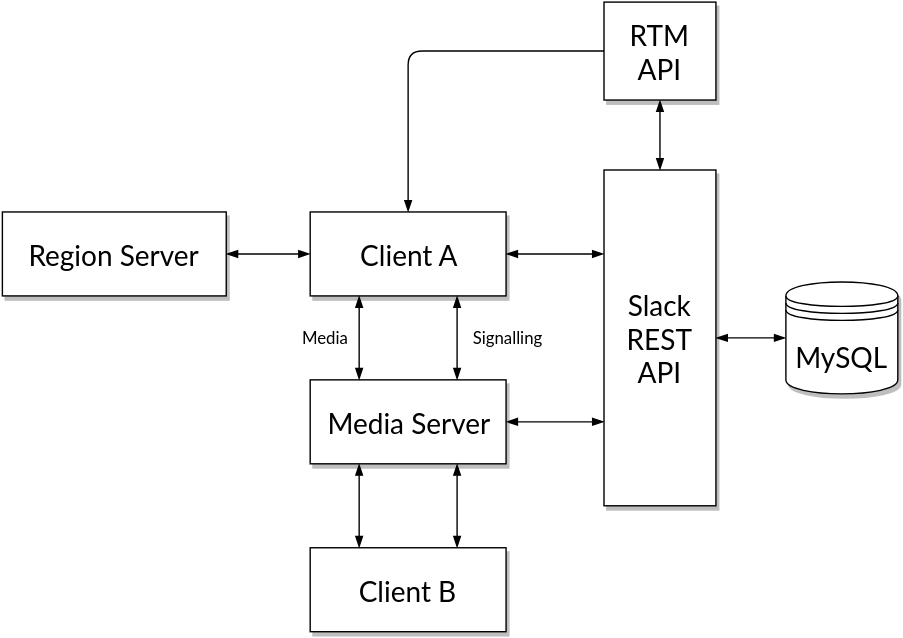
The draw.io diagram krankygeek/system-architecture.svg in ajmacd/slides, before a commit. Source tidied: cells renumbered, new cells last; positions are measured from the earlier drawing's top-left corner, leaving out a move shared by most shapes.
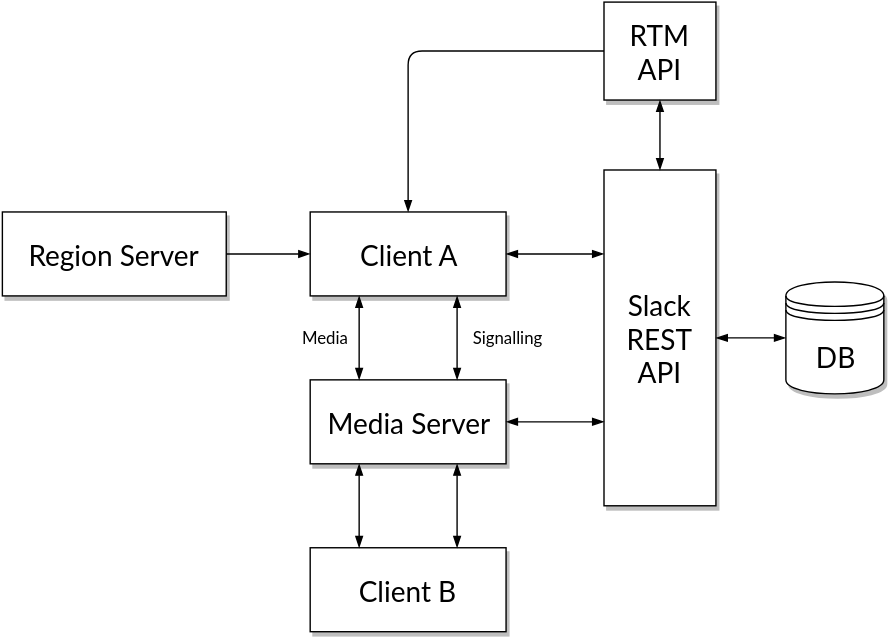
Above is the later version.

Change to the diagram source:
```diff
@@ -26,8 +26,8 @@
     <mxCell id="9" value="Slack REST API" style="whiteSpace=wrap;html=1;fontFamily=Lato;fontSize=20;fontStyle=0;shadow=1;comic=0;glass=0;rounded=0;fillColor=#ffffff;strokeColor=#000000;" parent="1" vertex="1">
       <mxGeometry x="430" y="120" width="80" height="240" as="geometry" />
     </mxCell>
-    <mxCell id="10" value="MySQL" style="shape=datastore;whiteSpace=wrap;html=1;rounded=0;shadow=1;glass=0;comic=0;fontFamily=Lato;fontSize=20;fontColor=#000000;" parent="1" vertex="1">
-      <mxGeometry x="560" y="200" width="80" height="80" as="geometry" />
+    <mxCell id="10" value="DB" style="shape=datastore;whiteSpace=wrap;html=1;rounded=0;shadow=1;glass=0;comic=0;fontFamily=Lato;fontSize=20;fontColor=#000000;" parent="1" vertex="1">
+      <mxGeometry x="560" y="200" width="70" height="80" as="geometry" />
     </mxCell>
     <mxCell id="11" style="edgeStyle=orthogonalEdgeStyle;rounded=1;html=1;shadow=0;startArrow=blockThin;startFill=1;endArrow=blockThin;endFill=1;jettySize=auto;fontFamily=Lato;fontSize=20;fontColor=#000000;" parent="1" edge="1" source="10" target="9">
       <mxGeometry x="540" y="260" as="geometry" />
@@ -50,7 +50,7 @@
     <mxCell id="17" value="Region Server" style="whiteSpace=wrap;html=1;fontFamily=Lato;fontSize=20;fontStyle=0;shadow=1;" parent="1" vertex="1">
       <mxGeometry y="150" width="160" height="60" as="geometry" />
     </mxCell>
-    <mxCell id="18" style="edgeStyle=orthogonalEdgeStyle;rounded=1;html=1;shadow=0;startArrow=blockThin;startFill=1;endArrow=blockThin;endFill=1;jettySize=auto;fontFamily=Lato;fontSize=20;fontColor=#000000;" parent="1" edge="1" source="17" target="2">
+    <mxCell id="18" style="edgeStyle=orthogonalEdgeStyle;rounded=1;html=1;shadow=0;startArrow=none;startFill=0;endArrow=blockThin;endFill=1;jettySize=auto;fontFamily=Lato;fontSize=20;fontColor=#000000;" parent="1" edge="1" source="17" target="2">
       <mxGeometry x="190" y="200" as="geometry" />
     </mxCell>
     <mxCell id="19" value="Media" style="text;html=1;strokeColor=none;fillColor=none;align=center;verticalAlign=middle;whiteSpace=wrap;rounded=0;shadow=0;glass=0;comic=0;fontFamily=Lato;fontSize=12;fontColor=#000000;" parent="1" vertex="1">
```
